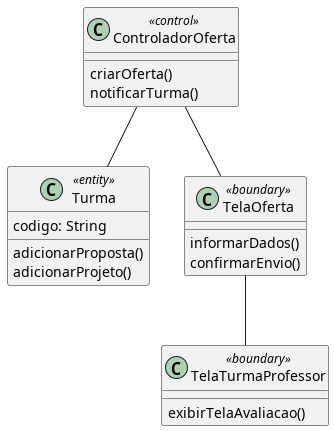
This is diagramas/classe_projeto/ofertar_projeto.png from Pedro-V/projetorium, a PlantUML export, as it was before one commit. Source of this version:
```plantuml
@startuml

!includesub base.puml!Turma
!includesub base_telas.puml!TelaTurmaProfessor

class TelaOferta <<boundary>> {
  informarDados()
  confirmarEnvio()
}

class ControladorOferta <<control>> {
  criarOferta()
  notificarTurma()
}

TelaOferta -- TelaTurmaProfessor
ControladorOferta -- TelaOferta
ControladorOferta -- Turma
@enduml
```
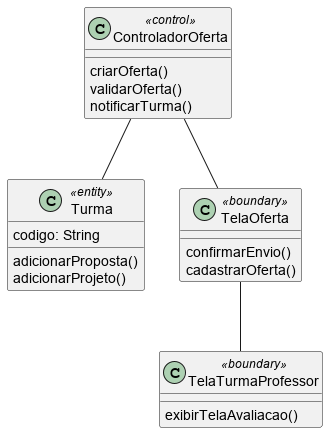
The same file after the commit.

The edit, as a diff of the source:
```diff
@@ -4,12 +4,13 @@
 !includesub base_telas.puml!TelaTurmaProfessor
 
 class TelaOferta <<boundary>> {
-  informarDados()
   confirmarEnvio()
+  cadastrarOferta()
 }
 
 class ControladorOferta <<control>> {
   criarOferta()
+  validarOferta()
   notificarTurma()
 }
 
```
